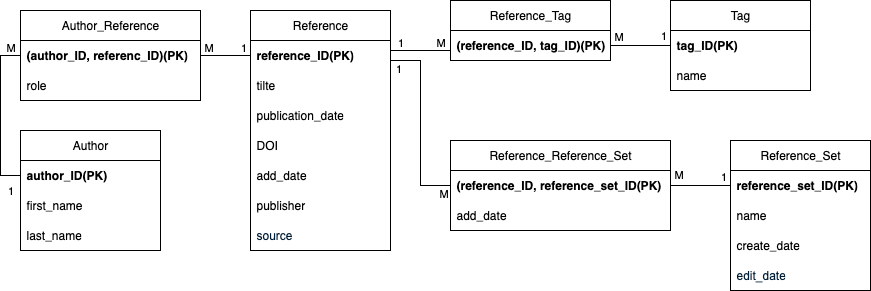
Before: src/features/database/interfaces/software_engineer_db.png, a diagram exported from draw.io (IbukiiFPS/SEN-201_BibliographyManager). Source tidied: cells renumbered, new cells last; positions are measured from the earlier drawing's top-left corner, leaving out a move shared by most shapes.
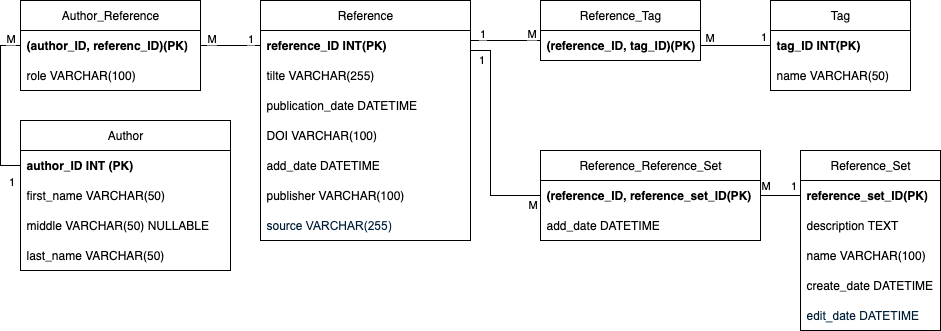
The same diagram one commit later.

What changed in the source:
```diff
@@ -3,87 +3,93 @@
     <mxCell id="0" />
     <mxCell id="1" parent="0" />
     <mxCell id="2" value="Reference" style="swimlane;fontStyle=0;horizontal=1;startSize=30;whiteSpace=wrap;html=1;" parent="1" vertex="1">
-      <mxGeometry x="230" y="10" width="140" height="240" as="geometry" />
+      <mxGeometry x="70" y="10" width="210" height="240" as="geometry" />
     </mxCell>
-    <mxCell id="3" value="&lt;b&gt;&lt;span style=&quot;text-align: center;&quot;&gt;reference_&lt;/span&gt;ID(PK)&lt;/b&gt;" style="text;strokeColor=none;fillColor=none;align=left;verticalAlign=middle;spacingLeft=4;spacingRight=4;overflow=hidden;points=[[0,0.5],[1,0.5]];portConstraint=eastwest;whiteSpace=wrap;html=1;" parent="2" vertex="1">
-      <mxGeometry y="30" width="140" height="30" as="geometry" />
+    <mxCell id="3" value="&lt;b&gt;&lt;span style=&quot;text-align: center;&quot;&gt;reference_&lt;/span&gt;ID INT(PK)&lt;/b&gt;" style="text;strokeColor=none;fillColor=none;align=left;verticalAlign=middle;spacingLeft=4;spacingRight=4;overflow=hidden;points=[[0,0.5],[1,0.5]];portConstraint=eastwest;whiteSpace=wrap;html=1;" parent="2" vertex="1">
+      <mxGeometry y="30" width="210" height="30" as="geometry" />
     </mxCell>
-    <mxCell id="4" value="&lt;div style=&quot;text-align: center;&quot;&gt;&lt;span style=&quot;background-color: transparent; color: light-dark(rgb(0, 0, 0), rgb(255, 255, 255));&quot;&gt;tilte&lt;/span&gt;&lt;/div&gt;" style="text;strokeColor=none;fillColor=none;align=left;verticalAlign=middle;spacingLeft=4;spacingRight=4;overflow=hidden;whiteSpace=wrap;html=1;" parent="2" vertex="1">
-      <mxGeometry y="60" width="140" height="30" as="geometry" />
+    <mxCell id="4" value="&lt;div style=&quot;text-align: center;&quot;&gt;&lt;span style=&quot;color: light-dark(rgb(0, 0, 0), rgb(255, 255, 255)); background-color: transparent;&quot;&gt;tilte&amp;nbsp;&lt;/span&gt;&lt;span style=&quot;color: light-dark(rgb(0, 0, 0), rgb(255, 255, 255)); background-color: transparent; text-align: left;&quot;&gt;VARCHAR(&lt;/span&gt;&lt;span style=&quot;color: light-dark(rgb(0, 0, 0), rgb(255, 255, 255)); background-color: transparent; text-align: left;&quot; class=&quot;s1&quot;&gt;255&lt;/span&gt;&lt;span style=&quot;color: light-dark(rgb(0, 0, 0), rgb(255, 255, 255)); background-color: transparent; text-align: left;&quot;&gt;)&lt;/span&gt;&lt;/div&gt;" style="text;strokeColor=none;fillColor=none;align=left;verticalAlign=middle;spacingLeft=4;spacingRight=4;overflow=hidden;whiteSpace=wrap;html=1;" parent="2" vertex="1">
+      <mxGeometry y="60" width="210" height="30" as="geometry" />
     </mxCell>
-    <mxCell id="5" value="publication_date" style="text;strokeColor=none;fillColor=none;align=left;verticalAlign=middle;spacingLeft=4;spacingRight=4;overflow=hidden;whiteSpace=wrap;html=1;" parent="2" vertex="1">
-      <mxGeometry y="90" width="140" height="30" as="geometry" />
+    <mxCell id="5" value="publication_date DATETIME" style="text;strokeColor=none;fillColor=none;align=left;verticalAlign=middle;spacingLeft=4;spacingRight=4;overflow=hidden;whiteSpace=wrap;html=1;" parent="2" vertex="1">
+      <mxGeometry y="90" width="210" height="30" as="geometry" />
     </mxCell>
-    <mxCell id="6" value="DOI" style="text;strokeColor=none;fillColor=none;align=left;verticalAlign=middle;spacingLeft=4;spacingRight=4;overflow=hidden;whiteSpace=wrap;html=1;" parent="2" vertex="1">
-      <mxGeometry y="120" width="140" height="30" as="geometry" />
+    <mxCell id="6" value="DOI VARCHAR(100)" style="text;strokeColor=none;fillColor=none;align=left;verticalAlign=middle;spacingLeft=4;spacingRight=4;overflow=hidden;whiteSpace=wrap;html=1;" parent="2" vertex="1">
+      <mxGeometry y="120" width="210" height="30" as="geometry" />
     </mxCell>
-    <mxCell id="7" value="add_date" style="text;strokeColor=none;fillColor=none;align=left;verticalAlign=middle;spacingLeft=4;spacingRight=4;overflow=hidden;whiteSpace=wrap;html=1;" parent="2" vertex="1">
-      <mxGeometry y="150" width="140" height="30" as="geometry" />
+    <mxCell id="7" value="add_date DATETIME" style="text;strokeColor=none;fillColor=none;align=left;verticalAlign=middle;spacingLeft=4;spacingRight=4;overflow=hidden;whiteSpace=wrap;html=1;" parent="2" vertex="1">
+      <mxGeometry y="150" width="210" height="30" as="geometry" />
     </mxCell>
-    <mxCell id="8" value="publisher" style="text;strokeColor=none;fillColor=none;align=left;verticalAlign=middle;spacingLeft=4;spacingRight=4;overflow=hidden;whiteSpace=wrap;html=1;" parent="2" vertex="1">
-      <mxGeometry y="180" width="140" height="30" as="geometry" />
+    <mxCell id="8" value="publisher VARCHAR(100)" style="text;strokeColor=none;fillColor=none;align=left;verticalAlign=middle;spacingLeft=4;spacingRight=4;overflow=hidden;whiteSpace=wrap;html=1;" parent="2" vertex="1">
+      <mxGeometry y="180" width="210" height="30" as="geometry" />
     </mxCell>
-    <mxCell id="9" value="&lt;span style=&quot;color: rgb(0, 29, 53); font-family: &amp;quot;Google Sans&amp;quot;, Arial, sans-serif; background-color: rgb(255, 255, 255);&quot;&gt;&lt;font&gt;source&lt;/font&gt;&lt;/span&gt;" style="text;strokeColor=none;fillColor=none;align=left;verticalAlign=middle;spacingLeft=4;spacingRight=4;overflow=hidden;whiteSpace=wrap;html=1;" parent="2" vertex="1">
-      <mxGeometry y="210" width="140" height="30" as="geometry" />
+    <mxCell id="9" value="&lt;span style=&quot;color: rgb(0, 29, 53); font-family: &amp;quot;Google Sans&amp;quot;, Arial, sans-serif; background-color: rgb(255, 255, 255);&quot;&gt;&lt;font&gt;source VARCHAR(255)&lt;/font&gt;&lt;/span&gt;" style="text;strokeColor=none;fillColor=none;align=left;verticalAlign=middle;spacingLeft=4;spacingRight=4;overflow=hidden;whiteSpace=wrap;html=1;" parent="2" vertex="1">
+      <mxGeometry y="210" width="210" height="30" as="geometry" />
     </mxCell>
     <mxCell id="10" value="&lt;span style=&quot;text-align: left;&quot;&gt;Author&lt;/span&gt;" style="swimlane;fontStyle=0;horizontal=1;startSize=30;whiteSpace=wrap;html=1;" parent="1" vertex="1">
-      <mxGeometry y="130" width="140" height="120" as="geometry" />
+      <mxGeometry x="-170" y="130" width="210" height="150" as="geometry" />
     </mxCell>
-    <mxCell id="11" value="&lt;div style=&quot;text-align: center;&quot;&gt;&lt;b style=&quot;background-color: transparent; color: light-dark(rgb(0, 0, 0), rgb(255, 255, 255));&quot;&gt;author_ID(PK)&lt;/b&gt;&lt;/div&gt;" style="text;strokeColor=none;fillColor=none;align=left;verticalAlign=middle;spacingLeft=4;spacingRight=4;overflow=hidden;points=[[0,0.5],[1,0.5]];portConstraint=eastwest;whiteSpace=wrap;html=1;" parent="10" vertex="1">
-      <mxGeometry y="30" width="140" height="30" as="geometry" />
+    <mxCell id="11" value="&lt;div style=&quot;text-align: center;&quot;&gt;&lt;b style=&quot;background-color: transparent; color: light-dark(rgb(0, 0, 0), rgb(255, 255, 255));&quot;&gt;author_ID INT (PK)&lt;/b&gt;&lt;/div&gt;" style="text;strokeColor=none;fillColor=none;align=left;verticalAlign=middle;spacingLeft=4;spacingRight=4;overflow=hidden;points=[[0,0.5],[1,0.5]];portConstraint=eastwest;whiteSpace=wrap;html=1;" parent="10" vertex="1">
+      <mxGeometry y="30" width="210" height="30" as="geometry" />
     </mxCell>
+    <mxCell id="48" value="&lt;span style=&quot;text-align: center;&quot;&gt;first_name VARCHAR(50)&lt;/span&gt;" style="text;strokeColor=none;fillColor=none;align=left;verticalAlign=middle;spacingLeft=4;spacingRight=4;overflow=hidden;whiteSpace=wrap;html=1;" parent="10" vertex="1">
+      <mxGeometry y="60" width="210" height="30" as="geometry" />
+    </mxCell>
-    <mxCell id="12" value="&lt;div style=&quot;text-align: center;&quot;&gt;first_name&lt;/div&gt;" style="text;strokeColor=none;fillColor=none;align=left;verticalAlign=middle;spacingLeft=4;spacingRight=4;overflow=hidden;whiteSpace=wrap;html=1;" parent="10" vertex="1">
-      <mxGeometry y="60" width="140" height="30" as="geometry" />
+    <mxCell id="12" value="&lt;div style=&quot;text-align: center;&quot;&gt;middle VARCHAR(50) NULLABLE&lt;/div&gt;" style="text;strokeColor=none;fillColor=none;align=left;verticalAlign=middle;spacingLeft=4;spacingRight=4;overflow=hidden;whiteSpace=wrap;html=1;" parent="10" vertex="1">
+      <mxGeometry y="90" width="210" height="30" as="geometry" />
     </mxCell>
-    <mxCell id="13" value="last_name" style="text;strokeColor=none;fillColor=none;align=left;verticalAlign=middle;spacingLeft=4;spacingRight=4;overflow=hidden;whiteSpace=wrap;html=1;" parent="10" vertex="1">
-      <mxGeometry y="90" width="140" height="30" as="geometry" />
+    <mxCell id="13" value="last_name VARCHAR(50)" style="text;strokeColor=none;fillColor=none;align=left;verticalAlign=middle;spacingLeft=4;spacingRight=4;overflow=hidden;whiteSpace=wrap;html=1;" parent="10" vertex="1">
+      <mxGeometry y="120" width="210" height="30" as="geometry" />
     </mxCell>
     <mxCell id="14" value="Tag" style="swimlane;fontStyle=0;horizontal=1;startSize=30;whiteSpace=wrap;html=1;" parent="1" vertex="1">
-      <mxGeometry x="650" width="140" height="90" as="geometry" />
+      <mxGeometry x="580" y="10" width="140" height="90" as="geometry" />
     </mxCell>
-    <mxCell id="15" value="&lt;b&gt;&lt;span style=&quot;text-align: center;&quot;&gt;tag_&lt;/span&gt;ID(PK)&lt;/b&gt;" style="text;strokeColor=none;fillColor=none;align=left;verticalAlign=middle;spacingLeft=4;spacingRight=4;overflow=hidden;points=[[0,0.5],[1,0.5]];portConstraint=eastwest;whiteSpace=wrap;html=1;" parent="14" vertex="1">
+    <mxCell id="15" value="&lt;b&gt;&lt;span style=&quot;text-align: center;&quot;&gt;tag_&lt;/span&gt;ID INT(PK)&lt;/b&gt;" style="text;strokeColor=none;fillColor=none;align=left;verticalAlign=middle;spacingLeft=4;spacingRight=4;overflow=hidden;points=[[0,0.5],[1,0.5]];portConstraint=eastwest;whiteSpace=wrap;html=1;" parent="14" vertex="1">
       <mxGeometry y="30" width="140" height="30" as="geometry" />
     </mxCell>
-    <mxCell id="16" value="&lt;div style=&quot;text-align: center;&quot;&gt;&lt;span style=&quot;background-color: transparent; color: light-dark(rgb(0, 0, 0), rgb(255, 255, 255));&quot;&gt;name&lt;/span&gt;&lt;/div&gt;" style="text;strokeColor=none;fillColor=none;align=left;verticalAlign=middle;spacingLeft=4;spacingRight=4;overflow=hidden;whiteSpace=wrap;html=1;" parent="14" vertex="1">
+    <mxCell id="16" value="&lt;div style=&quot;text-align: center;&quot;&gt;&lt;span style=&quot;background-color: transparent; color: light-dark(rgb(0, 0, 0), rgb(255, 255, 255));&quot;&gt;name VARCHAR(50)&lt;/span&gt;&lt;/div&gt;" style="text;strokeColor=none;fillColor=none;align=left;verticalAlign=middle;spacingLeft=4;spacingRight=4;overflow=hidden;whiteSpace=wrap;html=1;" parent="14" vertex="1">
       <mxGeometry y="60" width="140" height="30" as="geometry" />
     </mxCell>
     <mxCell id="17" value="Reference_Tag" style="swimlane;fontStyle=0;horizontal=1;startSize=30;whiteSpace=wrap;html=1;" parent="1" vertex="1">
-      <mxGeometry x="430" width="160" height="60" as="geometry" />
+      <mxGeometry x="350" y="10" width="160" height="60" as="geometry" />
     </mxCell>
     <mxCell id="18" value="&lt;b&gt;&lt;span style=&quot;text-align: center;&quot;&gt;(&lt;/span&gt;&lt;/b&gt;&lt;b&gt;&lt;span style=&quot;text-align: center;&quot;&gt;reference_&lt;/span&gt;ID,&amp;nbsp;&lt;/b&gt;&lt;b&gt;&lt;span style=&quot;text-align: center;&quot;&gt;tag_&lt;/span&gt;ID)(PK)&lt;/b&gt;" style="text;strokeColor=none;fillColor=none;align=left;verticalAlign=middle;spacingLeft=4;spacingRight=4;overflow=hidden;points=[[0,0.5],[1,0.5]];portConstraint=eastwest;whiteSpace=wrap;html=1;" parent="17" vertex="1">
       <mxGeometry y="30" width="160" height="30" as="geometry" />
     </mxCell>
     <mxCell id="19" value="&lt;span style=&quot;text-align: left;&quot;&gt;Author_&lt;/span&gt;Reference" style="swimlane;fontStyle=0;horizontal=1;startSize=30;whiteSpace=wrap;html=1;" parent="1" vertex="1">
-      <mxGeometry y="10" width="180" height="90" as="geometry" />
+      <mxGeometry x="-170" y="10" width="180" height="90" as="geometry" />
     </mxCell>
     <mxCell id="20" value="&lt;b&gt;&lt;span style=&quot;text-align: center;&quot;&gt;(&lt;/span&gt;&lt;/b&gt;&lt;b style=&quot;color: light-dark(rgb(0, 0, 0), rgb(255, 255, 255)); text-align: center; background-color: transparent;&quot;&gt;author&lt;/b&gt;&lt;b&gt;&lt;span style=&quot;text-align: center;&quot;&gt;_&lt;/span&gt;ID, referenc&lt;/b&gt;&lt;b&gt;&lt;span style=&quot;text-align: center;&quot;&gt;_&lt;/span&gt;ID)(PK)&lt;/b&gt;" style="text;strokeColor=none;fillColor=none;align=left;verticalAlign=middle;spacingLeft=4;spacingRight=4;overflow=hidden;points=[[0,0.5],[1,0.5]];portConstraint=eastwest;whiteSpace=wrap;html=1;" parent="19" vertex="1">
       <mxGeometry y="30" width="180" height="30" as="geometry" />
     </mxCell>
-    <mxCell id="21" value="role" style="text;strokeColor=none;fillColor=none;align=left;verticalAlign=middle;spacingLeft=4;spacingRight=4;overflow=hidden;whiteSpace=wrap;html=1;" parent="19" vertex="1">
+    <mxCell id="21" value="role VARCHAR(100)" style="text;strokeColor=none;fillColor=none;align=left;verticalAlign=middle;spacingLeft=4;spacingRight=4;overflow=hidden;whiteSpace=wrap;html=1;" parent="19" vertex="1">
       <mxGeometry y="60" width="180" height="30" as="geometry" />
     </mxCell>
     <mxCell id="22" value="Reference_Set" style="swimlane;fontStyle=0;horizontal=1;startSize=30;whiteSpace=wrap;html=1;" parent="1" vertex="1">
-      <mxGeometry x="710" y="140" width="140" height="150" as="geometry" />
+      <mxGeometry x="610" y="160" width="140" height="180" as="geometry" />
     </mxCell>
     <mxCell id="23" value="&lt;b&gt;&lt;span style=&quot;text-align: center;&quot;&gt;reference_set_&lt;/span&gt;ID(PK)&lt;/b&gt;" style="text;strokeColor=none;fillColor=none;align=left;verticalAlign=middle;spacingLeft=4;spacingRight=4;overflow=hidden;points=[[0,0.5],[1,0.5]];portConstraint=eastwest;whiteSpace=wrap;html=1;" parent="22" vertex="1">
       <mxGeometry y="30" width="140" height="30" as="geometry" />
     </mxCell>
+    <mxCell id="49" value="description TEXT" style="text;strokeColor=none;fillColor=none;align=left;verticalAlign=middle;spacingLeft=4;spacingRight=4;overflow=hidden;whiteSpace=wrap;html=1;" parent="22" vertex="1">
+      <mxGeometry y="60" width="140" height="30" as="geometry" />
+    </mxCell>
-    <mxCell id="24" value="&lt;div style=&quot;text-align: center;&quot;&gt;&lt;span style=&quot;background-color: transparent; color: light-dark(rgb(0, 0, 0), rgb(255, 255, 255));&quot;&gt;name&lt;/span&gt;&lt;/div&gt;" style="text;strokeColor=none;fillColor=none;align=left;verticalAlign=middle;spacingLeft=4;spacingRight=4;overflow=hidden;whiteSpace=wrap;html=1;" parent="22" vertex="1">
-      <mxGeometry y="60" width="140" height="30" as="geometry" />
+    <mxCell id="24" value="&lt;div style=&quot;text-align: center;&quot;&gt;&lt;span style=&quot;background-color: transparent; color: light-dark(rgb(0, 0, 0), rgb(255, 255, 255));&quot;&gt;name VARCHAR(100)&lt;/span&gt;&lt;/div&gt;" style="text;strokeColor=none;fillColor=none;align=left;verticalAlign=middle;spacingLeft=4;spacingRight=4;overflow=hidden;whiteSpace=wrap;html=1;" parent="22" vertex="1">
+      <mxGeometry y="90" width="140" height="30" as="geometry" />
     </mxCell>
-    <mxCell id="25" value="create_date" style="text;strokeColor=none;fillColor=none;align=left;verticalAlign=middle;spacingLeft=4;spacingRight=4;overflow=hidden;whiteSpace=wrap;html=1;" parent="22" vertex="1">
-      <mxGeometry y="90" width="140" height="30" as="geometry" />
+    <mxCell id="25" value="create_date DATETIME" style="text;strokeColor=none;fillColor=none;align=left;verticalAlign=middle;spacingLeft=4;spacingRight=4;overflow=hidden;whiteSpace=wrap;html=1;" parent="22" vertex="1">
+      <mxGeometry y="120" width="140" height="30" as="geometry" />
     </mxCell>
-    <mxCell id="26" value="&lt;span style=&quot;color: rgb(0, 29, 53); font-family: &amp;quot;Google Sans&amp;quot;, Arial, sans-serif; background-color: rgb(255, 255, 255);&quot;&gt;&lt;font&gt;edit_date&lt;/font&gt;&lt;/span&gt;" style="text;strokeColor=none;fillColor=none;align=left;verticalAlign=middle;spacingLeft=4;spacingRight=4;overflow=hidden;whiteSpace=wrap;html=1;" parent="22" vertex="1">
-      <mxGeometry y="120" width="140" height="30" as="geometry" />
+    <mxCell id="26" value="&lt;span style=&quot;color: rgb(0, 29, 53); font-family: &amp;quot;Google Sans&amp;quot;, Arial, sans-serif; background-color: rgb(255, 255, 255);&quot;&gt;&lt;font&gt;edit_date DATETIME&lt;/font&gt;&lt;/span&gt;" style="text;strokeColor=none;fillColor=none;align=left;verticalAlign=middle;spacingLeft=4;spacingRight=4;overflow=hidden;whiteSpace=wrap;html=1;" parent="22" vertex="1">
+      <mxGeometry y="150" width="140" height="30" as="geometry" />
     </mxCell>
     <mxCell id="27" value="Reference_Reference_Set" style="swimlane;fontStyle=0;horizontal=1;startSize=30;whiteSpace=wrap;html=1;" parent="1" vertex="1">
-      <mxGeometry x="430" y="140" width="220" height="90" as="geometry" />
+      <mxGeometry x="350" y="160" width="220" height="90" as="geometry" />
     </mxCell>
     <mxCell id="28" value="&lt;b&gt;&lt;span style=&quot;text-align: center;&quot;&gt;(&lt;/span&gt;&lt;/b&gt;&lt;b&gt;&lt;span style=&quot;text-align: center;&quot;&gt;reference_ID,&amp;nbsp;&lt;/span&gt;&lt;/b&gt;&lt;b&gt;&lt;span style=&quot;text-align: center;&quot;&gt;reference_set_&lt;/span&gt;ID(PK)&lt;/b&gt;" style="text;strokeColor=none;fillColor=none;align=left;verticalAlign=middle;spacingLeft=4;spacingRight=4;overflow=hidden;points=[[0,0.5],[1,0.5]];portConstraint=eastwest;whiteSpace=wrap;html=1;" parent="27" vertex="1">
       <mxGeometry y="30" width="220" height="30" as="geometry" />
     </mxCell>
-    <mxCell id="29" value="&lt;div style=&quot;text-align: center;&quot;&gt;&lt;span style=&quot;background-color: transparent; color: light-dark(rgb(0, 0, 0), rgb(255, 255, 255));&quot;&gt;add_date&lt;/span&gt;&lt;/div&gt;" style="text;strokeColor=none;fillColor=none;align=left;verticalAlign=middle;spacingLeft=4;spacingRight=4;overflow=hidden;whiteSpace=wrap;html=1;" parent="27" vertex="1">
+    <mxCell id="29" value="&lt;div style=&quot;text-align: center;&quot;&gt;&lt;span style=&quot;background-color: transparent; color: light-dark(rgb(0, 0, 0), rgb(255, 255, 255));&quot;&gt;add_date DATETIME&lt;/span&gt;&lt;/div&gt;" style="text;strokeColor=none;fillColor=none;align=left;verticalAlign=middle;spacingLeft=4;spacingRight=4;overflow=hidden;whiteSpace=wrap;html=1;" parent="27" vertex="1">
       <mxGeometry y="60" width="220" height="30" as="geometry" />
     </mxCell>
     <mxCell id="30" style="edgeStyle=orthogonalEdgeStyle;rounded=0;jettySize=auto;html=1;exitX=0;exitY=0.5;exitDx=0;exitDy=0;entryX=0;entryY=0.5;entryDx=0;entryDy=0;endArrow=none;endFill=0;" parent="1" edge="1" source="11" target="20">
@@ -112,17 +118,17 @@
         <mxPoint x="-4" y="-5" as="offset" />
       </mxGeometry>
     </mxCell>
-    <mxCell id="36" style="edgeStyle=orthogonalEdgeStyle;rounded=0;jettySize=auto;html=1;exitX=1;exitY=0.5;exitDx=0;exitDy=0;entryX=0;entryY=0.5;entryDx=0;entryDy=0;endArrow=none;endFill=0;" parent="1" edge="1" source="3" target="18">
+    <mxCell id="36" style="edgeStyle=orthogonalEdgeStyle;rounded=0;jettySize=auto;html=1;exitX=1;exitY=0.5;exitDx=0;exitDy=0;entryX=0;entryY=0.309;entryDx=0;entryDy=0;endArrow=none;endFill=0;entryPerimeter=0;" parent="1" edge="1" source="3" target="18">
       <mxGeometry relative="1" as="geometry">
         <Array as="points">
-          <mxPoint x="370" y="50" />
-          <mxPoint x="430" y="50" />
+          <mxPoint x="280" y="50" />
+          <mxPoint x="350" y="50" />
         </Array>
       </mxGeometry>
     </mxCell>
     <mxCell id="37" value="M" style="edgeLabel;html=1;align=center;verticalAlign=middle;" parent="36" vertex="1">
       <mxGeometry x="0.59" relative="1" as="geometry">
-        <mxPoint x="-1" y="-8" as="offset" />
+        <mxPoint x="5" y="-8" as="offset" />
       </mxGeometry>
     </mxCell>
     <mxCell id="38" value="1" style="edgeLabel;html=1;align=center;verticalAlign=middle;" parent="36" vertex="1">
@@ -146,9 +152,9 @@
     <mxCell id="42" style="edgeStyle=orthogonalEdgeStyle;rounded=0;jettySize=auto;html=1;exitX=1;exitY=0.5;exitDx=0;exitDy=0;entryX=0;entryY=0.5;entryDx=0;entryDy=0;endArrow=none;endFill=0;" parent="1" edge="1" source="3" target="28">
       <mxGeometry relative="1" as="geometry">
         <Array as="points">
-          <mxPoint x="370" y="60" />
-          <mxPoint x="400" y="60" />
-          <mxPoint x="400" y="185" />
+          <mxPoint x="280" y="60" />
+          <mxPoint x="300" y="60" />
+          <mxPoint x="300" y="205" />
         </Array>
       </mxGeometry>
     </mxCell>
@@ -167,7 +173,7 @@
     </mxCell>
     <mxCell id="46" value="1" style="edgeLabel;html=1;align=center;verticalAlign=middle;" parent="45" vertex="1">
       <mxGeometry x="0.67" relative="1" as="geometry">
-        <mxPoint x="2" y="-9" as="offset" />
+        <mxPoint x="-1" y="-11" as="offset" />
       </mxGeometry>
     </mxCell>
     <mxCell id="47" value="M" style="edgeLabel;html=1;align=center;verticalAlign=middle;" parent="45" vertex="1">
```
